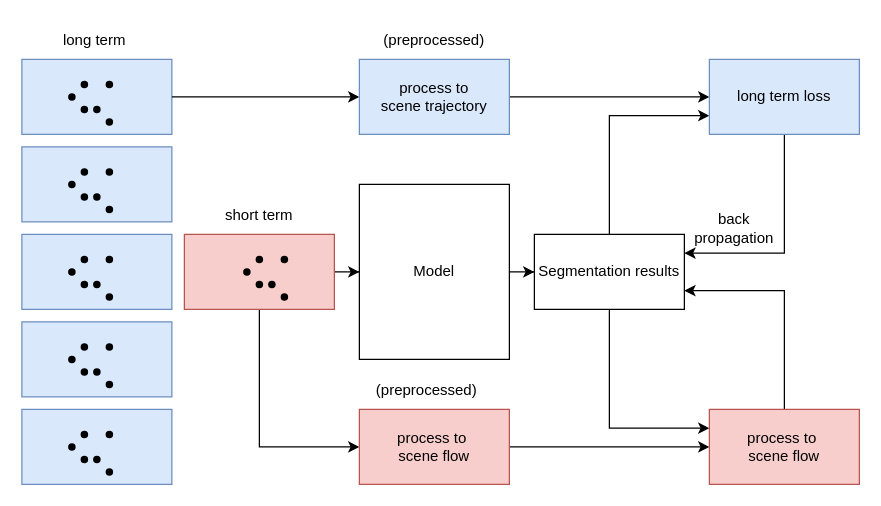
This is disserattion_pipeline.drawio from turswiming/drawio_file, a draw.io file, before an edit. Source tidied: cells renumbered, new cells numbered last; positions are measured from the earlier drawing's top-left corner, leaving out a move shared by most shapes. Both pictures are drawn from the tidied source at 125%, with x=0, y=0 at pixel (21, 21).
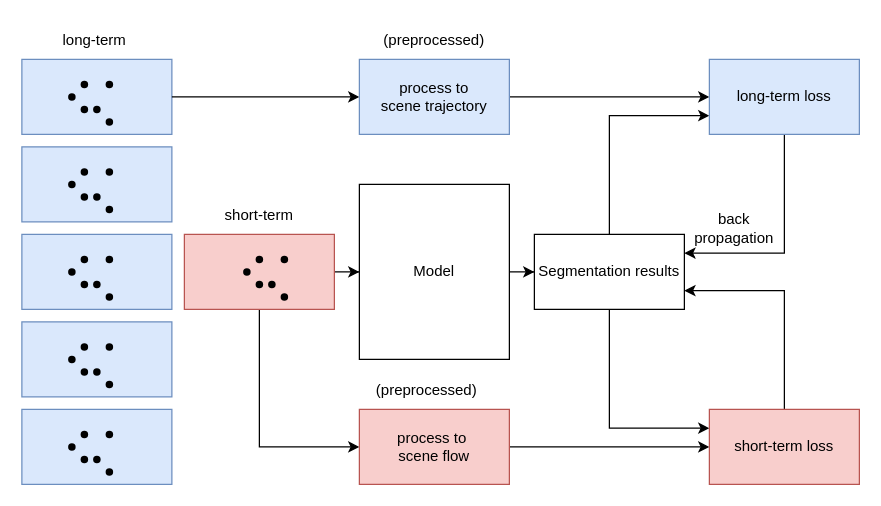
Above is the later version.

The edit, as a diff of the source:
```diff
@@
-    <mxCell id="17" value="long term loss" style="rounded=0;whiteSpace=wrap;html=1;fillColor=#dae8fc;strokeColor=#6c8ebf;" parent="1" vertex="1">
+    <mxCell id="17" value="long-term loss" style="rounded=0;whiteSpace=wrap;html=1;fillColor=#dae8fc;strokeColor=#6c8ebf;" parent="1" vertex="1">
       <mxGeometry x="550" y="30" width="120" height="60" as="geometry" />
     </mxCell>
-    <mxCell id="18" value="long term&amp;nbsp;" style="text;html=1;align=center;verticalAlign=middle;whiteSpace=wrap;rounded=0;" parent="1" vertex="1">
+    <mxCell id="18" value="long-term&amp;nbsp;" style="text;html=1;align=center;verticalAlign=middle;whiteSpace=wrap;rounded=0;" parent="1" vertex="1">
       <mxGeometry width="120" height="30" as="geometry" />
     </mxCell>
-    <mxCell id="19" value="short term" style="text;html=1;align=center;verticalAlign=middle;whiteSpace=wrap;rounded=0;" parent="1" vertex="1">
+    <mxCell id="19" value="short-term" style="text;html=1;align=center;verticalAlign=middle;whiteSpace=wrap;rounded=0;" parent="1" vertex="1">
       <mxGeometry x="130" y="140" width="120" height="30" as="geometry" />
     </mxCell>
@@
-    <mxCell id="25" value="process to&amp;nbsp;&lt;div&gt;scene flow&lt;/div&gt;" style="rounded=0;whiteSpace=wrap;html=1;fillColor=#f8cecc;strokeColor=#b85450;" parent="1" vertex="1">
+    <mxCell id="25" value="short-term loss" style="rounded=0;whiteSpace=wrap;html=1;fillColor=#f8cecc;strokeColor=#b85450;" parent="1" vertex="1">
       <mxGeometry x="550" y="310" width="120" height="60" as="geometry" />
     </mxCell>
```
